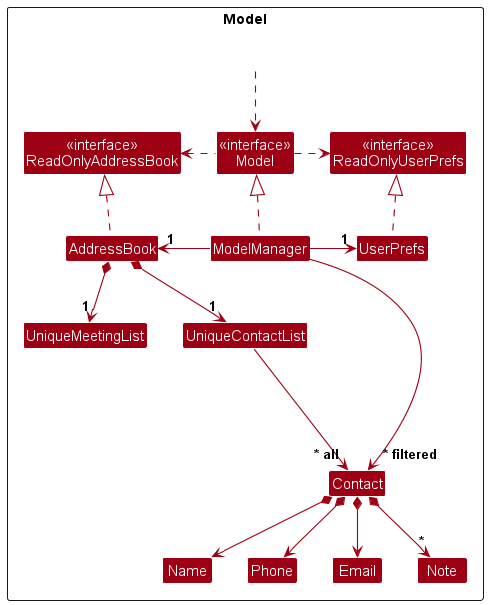
Before: docs/images/ModelClassDiagram.png, a diagram exported from PlantUML (s-peiran/tp).
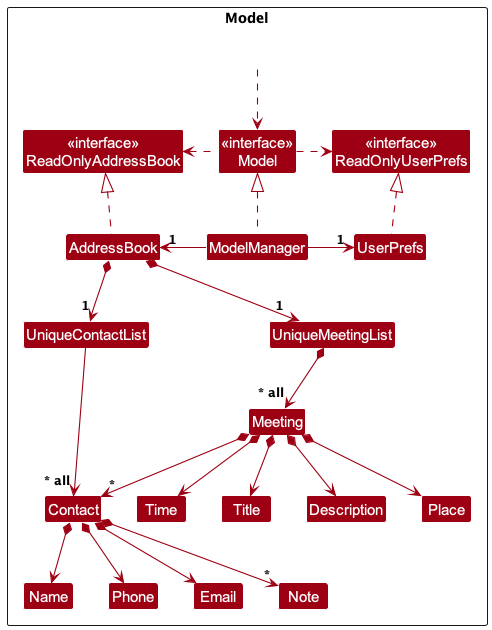
The same file after the commit.

Change to the diagram source:
```diff
@@ -19,9 +19,15 @@
 Class Phone
 Class Note
 
+Class I #FFFFFF
+
 Class UniqueMeetingList
+Class Meeting
+Class Place
+Class Time
+Class Title
+Class Description
 
-Class I #FFFFFF
 
 Class HiddenOutside #FFFFFF
 HiddenOutside ..> Model
@@ -38,15 +44,20 @@
 AddressBook *--> "1" UniqueContactList
 AddressBook *--> "1" UniqueMeetingList
 UniqueContactList --> "~* all" Contact
+UniqueMeetingList *--> "~* all" Meeting
+Meeting *--> Title
+Meeting *--> Time
+Meeting *--> Place
+Meeting *--> Description
+Meeting *--> "~* "Contact
 Contact *--> Name
 Contact *--> Phone
 Contact *--> Email
+
 Contact *--> "*" Note
 
 Contact -[hidden]up--> I
 UniqueContactList -[hidden]right-> I
 
 Name -[hidden]right-> Phone
-
-ModelManager --> "~* filtered" Contact
 @enduml
```
